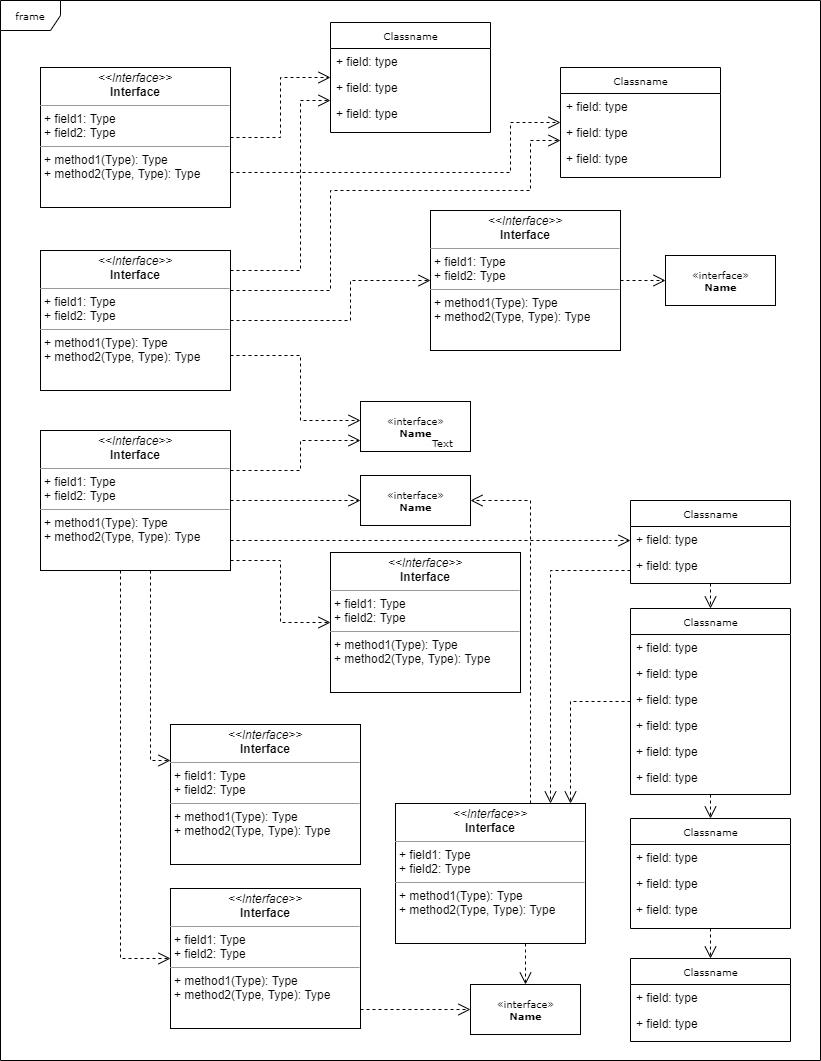
The draw.io diagram Documentation/Design/GIFT-UML-Diagram.png in John8790909/Generating-Infographics-from-Text, before a commit. Source tidied: cells renumbered, new cells last; positions are measured from the earlier drawing's top-left corner, leaving out a move shared by most shapes.
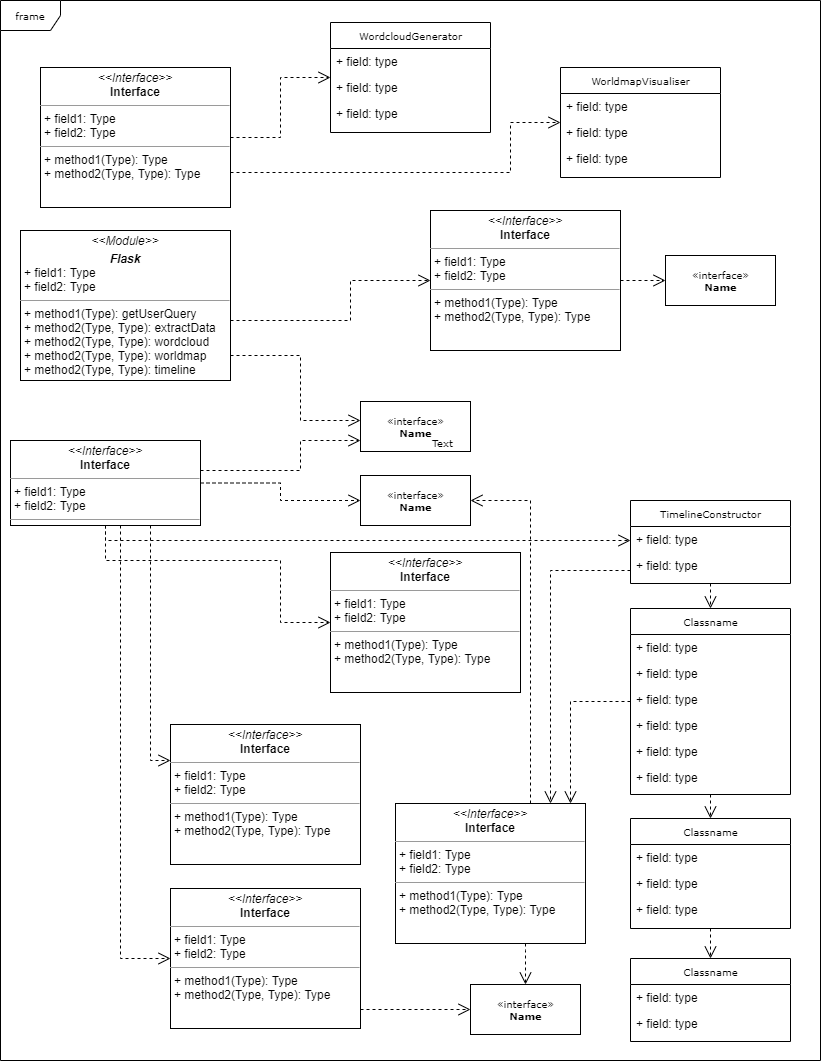
The same file after the commit.

Diff of the diagram source:
```diff
@@ -36,7 +36,7 @@
     <mxCell id="11" value="+ field: type" style="text;html=1;strokeColor=none;fillColor=none;align=left;verticalAlign=top;spacingLeft=4;spacingRight=4;whiteSpace=wrap;overflow=hidden;" parent="5" vertex="1">
       <mxGeometry y="156" width="160" height="26" as="geometry" />
     </mxCell>
-    <mxCell id="12" value="Classname" style="swimlane;html=1;fontStyle=0;horizontal=1;startSize=26;fillColor=none;swimlaneFillColor=#ffffff;rounded=0;shadow=0;comic=0;labelBackgroundColor=none;strokeWidth=1;fontFamily=Verdana;fontSize=10;align=center;" parent="1" vertex="1">
+    <mxCell id="12" value="WordcloudGenerator" style="swimlane;html=1;fontStyle=0;horizontal=1;startSize=26;fillColor=none;swimlaneFillColor=#ffffff;rounded=0;shadow=0;comic=0;labelBackgroundColor=none;strokeWidth=1;fontFamily=Verdana;fontSize=10;align=center;" parent="1" vertex="1">
       <mxGeometry x="330" y="22" width="160" height="110" as="geometry" />
     </mxCell>
     <mxCell id="13" value="+ field: type" style="text;html=1;strokeColor=none;fillColor=none;align=left;verticalAlign=top;spacingLeft=4;spacingRight=4;whiteSpace=wrap;overflow=hidden;" parent="12" vertex="1">
@@ -48,7 +48,7 @@
     <mxCell id="15" value="+ field: type" style="text;html=1;strokeColor=none;fillColor=none;align=left;verticalAlign=top;spacingLeft=4;spacingRight=4;whiteSpace=wrap;overflow=hidden;" parent="12" vertex="1">
       <mxGeometry y="78" width="160" height="26" as="geometry" />
     </mxCell>
-    <mxCell id="16" value="Classname" style="swimlane;html=1;fontStyle=0;horizontal=1;startSize=26;fillColor=none;swimlaneFillColor=#ffffff;rounded=0;shadow=0;comic=0;labelBackgroundColor=none;strokeWidth=1;fontFamily=Verdana;fontSize=10;align=center;" parent="1" vertex="1">
+    <mxCell id="16" value="WorldmapVisualiser" style="swimlane;html=1;fontStyle=0;horizontal=1;startSize=26;fillColor=none;swimlaneFillColor=#ffffff;rounded=0;shadow=0;comic=0;labelBackgroundColor=none;strokeWidth=1;fontFamily=Verdana;fontSize=10;align=center;" parent="1" vertex="1">
       <mxGeometry x="560" y="67" width="160" height="110" as="geometry" />
     </mxCell>
     <mxCell id="17" value="+ field: type" style="text;html=1;strokeColor=none;fillColor=none;align=left;verticalAlign=top;spacingLeft=4;spacingRight=4;whiteSpace=wrap;overflow=hidden;" parent="16" vertex="1">
@@ -87,7 +87,7 @@
     <mxCell id="28" style="edgeStyle=orthogonalEdgeStyle;rounded=0;html=1;dashed=1;labelBackgroundColor=none;startFill=0;endArrow=open;endFill=0;endSize=10;fontFamily=Verdana;fontSize=10;" parent="1" edge="1" source="29" target="5">
       <mxGeometry relative="1" as="geometry" />
     </mxCell>
-    <mxCell id="29" value="Classname" style="swimlane;html=1;fontStyle=0;horizontal=1;startSize=26;fillColor=none;swimlaneFillColor=#ffffff;rounded=0;shadow=0;comic=0;labelBackgroundColor=none;strokeWidth=1;fontFamily=Verdana;fontSize=10;align=center;" parent="1" vertex="1">
+    <mxCell id="29" value="TimelineConstructor" style="swimlane;html=1;fontStyle=0;horizontal=1;startSize=26;fillColor=none;swimlaneFillColor=#ffffff;rounded=0;shadow=0;comic=0;labelBackgroundColor=none;strokeWidth=1;fontFamily=Verdana;fontSize=10;align=center;" parent="1" vertex="1">
       <mxGeometry x="630" y="500" width="160" height="83" as="geometry" />
     </mxCell>
     <mxCell id="30" value="+ field: type" style="text;html=1;strokeColor=none;fillColor=none;align=left;verticalAlign=top;spacingLeft=4;spacingRight=4;whiteSpace=wrap;overflow=hidden;" parent="29" vertex="1">
@@ -166,43 +166,24 @@
     <mxCell id="48" value="&lt;p style=&quot;margin:0px;margin-top:4px;text-align:center;&quot;&gt;&lt;i&gt;&amp;lt;&amp;lt;Interface&amp;gt;&amp;gt;&lt;/i&gt;&lt;br/&gt;&lt;b&gt;Interface&lt;/b&gt;&lt;/p&gt;&lt;hr size=&quot;1&quot;/&gt;&lt;p style=&quot;margin:0px;margin-left:4px;&quot;&gt;+ field1: Type&lt;br/&gt;+ field2: Type&lt;/p&gt;&lt;hr size=&quot;1&quot;/&gt;&lt;p style=&quot;margin:0px;margin-left:4px;&quot;&gt;+ method1(Type): Type&lt;br/&gt;+ method2(Type, Type): Type&lt;/p&gt;" style="verticalAlign=top;align=left;overflow=fill;fontSize=12;fontFamily=Helvetica;html=1;rounded=0;shadow=0;comic=0;labelBackgroundColor=none;strokeWidth=1;" parent="1" vertex="1">
       <mxGeometry x="40" y="67" width="190" height="140" as="geometry" />
     </mxCell>
-    <mxCell id="49" style="edgeStyle=orthogonalEdgeStyle;rounded=0;html=1;dashed=1;labelBackgroundColor=none;startFill=0;endArrow=open;endFill=0;endSize=10;fontFamily=Verdana;fontSize=10;" parent="1" edge="1" source="53" target="12">
-      <mxGeometry relative="1" as="geometry">
-        <Array as="points">
-          <mxPoint x="300" y="270" />
-          <mxPoint x="300" y="100" />
-        </Array>
-      </mxGeometry>
-    </mxCell>
-    <mxCell id="50" style="edgeStyle=orthogonalEdgeStyle;rounded=0;html=1;dashed=1;labelBackgroundColor=none;startFill=0;endArrow=open;endFill=0;endSize=10;fontFamily=Verdana;fontSize=10;" parent="1" edge="1" source="53" target="16">
-      <mxGeometry relative="1" as="geometry">
-        <Array as="points">
-          <mxPoint x="330" y="290" />
-          <mxPoint x="330" y="190" />
-          <mxPoint x="530" y="190" />
-          <mxPoint x="530" y="140" />
-        </Array>
-      </mxGeometry>
-    </mxCell>
-    <mxCell id="51" style="edgeStyle=orthogonalEdgeStyle;rounded=0;html=1;dashed=1;labelBackgroundColor=none;startFill=0;endArrow=open;endFill=0;endSize=10;fontFamily=Verdana;fontSize=10;" parent="1" edge="1" source="53" target="43">
+    <mxCell id="51" style="edgeStyle=orthogonalEdgeStyle;rounded=0;html=1;dashed=1;labelBackgroundColor=none;startFill=0;endArrow=open;endFill=0;endSize=10;fontFamily=Verdana;fontSize=10;" parent="1" edge="1" target="43">
       <mxGeometry relative="1" as="geometry">
+        <mxPoint x="230" y="320" as="sourcePoint" />
         <Array as="points">
           <mxPoint x="350" y="320" />
           <mxPoint x="350" y="280" />
         </Array>
       </mxGeometry>
     </mxCell>
-    <mxCell id="52" style="edgeStyle=orthogonalEdgeStyle;rounded=0;html=1;exitX=1;exitY=0.75;dashed=1;labelBackgroundColor=none;startFill=0;endArrow=open;endFill=0;endSize=10;fontFamily=Verdana;fontSize=10;" parent="1" edge="1" source="53" target="41">
+    <mxCell id="52" style="edgeStyle=orthogonalEdgeStyle;rounded=0;html=1;exitX=1;exitY=0.75;dashed=1;labelBackgroundColor=none;startFill=0;endArrow=open;endFill=0;endSize=10;fontFamily=Verdana;fontSize=10;" parent="1" edge="1" target="41">
       <mxGeometry relative="1" as="geometry">
+        <mxPoint x="230" y="355" as="sourcePoint" />
         <Array as="points">
           <mxPoint x="300" y="355" />
           <mxPoint x="300" y="420" />
         </Array>
       </mxGeometry>
     </mxCell>
-    <mxCell id="53" value="&lt;p style=&quot;margin:0px;margin-top:4px;text-align:center;&quot;&gt;&lt;i&gt;&amp;lt;&amp;lt;Interface&amp;gt;&amp;gt;&lt;/i&gt;&lt;br/&gt;&lt;b&gt;Interface&lt;/b&gt;&lt;/p&gt;&lt;hr size=&quot;1&quot;/&gt;&lt;p style=&quot;margin:0px;margin-left:4px;&quot;&gt;+ field1: Type&lt;br/&gt;+ field2: Type&lt;/p&gt;&lt;hr size=&quot;1&quot;/&gt;&lt;p style=&quot;margin:0px;margin-left:4px;&quot;&gt;+ method1(Type): Type&lt;br/&gt;+ method2(Type, Type): Type&lt;/p&gt;" style="verticalAlign=top;align=left;overflow=fill;fontSize=12;fontFamily=Helvetica;html=1;rounded=0;shadow=0;comic=0;labelBackgroundColor=none;strokeWidth=1;" parent="1" vertex="1">
-      <mxGeometry x="40" y="250" width="190" height="140" as="geometry" />
-    </mxCell>
     <mxCell id="54" style="edgeStyle=orthogonalEdgeStyle;rounded=0;html=1;dashed=1;labelBackgroundColor=none;startFill=0;endArrow=open;endFill=0;endSize=10;fontFamily=Verdana;fontSize=10;" parent="1" edge="1" source="60" target="41">
       <mxGeometry relative="1" as="geometry">
         <Array as="points">
@@ -245,7 +226,7 @@
       </mxGeometry>
     </mxCell>
     <mxCell id="60" value="&lt;p style=&quot;margin:0px;margin-top:4px;text-align:center;&quot;&gt;&lt;i&gt;&amp;lt;&amp;lt;Interface&amp;gt;&amp;gt;&lt;/i&gt;&lt;br/&gt;&lt;b&gt;Interface&lt;/b&gt;&lt;/p&gt;&lt;hr size=&quot;1&quot;/&gt;&lt;p style=&quot;margin:0px;margin-left:4px;&quot;&gt;+ field1: Type&lt;br/&gt;+ field2: Type&lt;/p&gt;&lt;hr size=&quot;1&quot;/&gt;&lt;p style=&quot;margin:0px;margin-left:4px;&quot;&gt;+ method1(Type): Type&lt;br/&gt;+ method2(Type, Type): Type&lt;/p&gt;" style="verticalAlign=top;align=left;overflow=fill;fontSize=12;fontFamily=Helvetica;html=1;rounded=0;shadow=0;comic=0;labelBackgroundColor=none;strokeWidth=1;" parent="1" vertex="1">
-      <mxGeometry x="40" y="430" width="190" height="140" as="geometry" />
+      <mxGeometry x="10" y="440" width="190" height="85" as="geometry" />
     </mxCell>
     <mxCell id="61" style="edgeStyle=orthogonalEdgeStyle;rounded=0;html=1;dashed=1;labelBackgroundColor=none;startFill=0;endArrow=open;endFill=0;endSize=10;fontFamily=Verdana;fontSize=10;" parent="1" edge="1" source="29" target="35">
       <mxGeometry relative="1" as="geometry">
@@ -254,5 +235,8 @@
         </Array>
       </mxGeometry>
     </mxCell>
+    <mxCell id="62" value="&lt;p style=&quot;margin: 0px ; margin-top: 4px ; text-align: center&quot;&gt;&lt;i&gt;&amp;lt;&amp;lt;Module&amp;gt;&amp;gt;&lt;/i&gt;&lt;/p&gt;&lt;p style=&quot;margin: 0px ; margin-top: 4px ; text-align: center&quot;&gt;&lt;i&gt;&lt;b&gt;Flask&lt;/b&gt;&lt;/i&gt;&lt;br&gt;&lt;/p&gt;&lt;p style=&quot;margin: 0px ; margin-left: 4px&quot;&gt;+ field1: Type&lt;br&gt;+ field2: Type&lt;/p&gt;&lt;hr size=&quot;1&quot;&gt;&lt;p style=&quot;margin: 0px ; margin-left: 4px&quot;&gt;+ method1(Type): getUserQuery&lt;br&gt;+ method2(Type, Type): extractData&lt;/p&gt;&lt;p style=&quot;margin: 0px ; margin-left: 4px&quot;&gt;+ method2(Type, Type): wordcloud&lt;/p&gt;&lt;p style=&quot;margin: 0px ; margin-left: 4px&quot;&gt;+ method2(Type, Type): worldmap&lt;/p&gt;&lt;p style=&quot;margin: 0px ; margin-left: 4px&quot;&gt;+ method2(Type, Type): timeline&lt;/p&gt;&lt;p style=&quot;margin: 0px ; margin-left: 4px&quot;&gt;&lt;br&gt;&lt;/p&gt;" style="verticalAlign=top;align=left;overflow=fill;fontSize=12;fontFamily=Helvetica;html=1;rounded=0;shadow=0;comic=0;labelBackgroundColor=none;strokeWidth=1;" parent="1" vertex="1">
+      <mxGeometry x="20" y="230" width="210" height="150" as="geometry" />
+    </mxCell>
   </root>
 </mxGraphModel>
```
